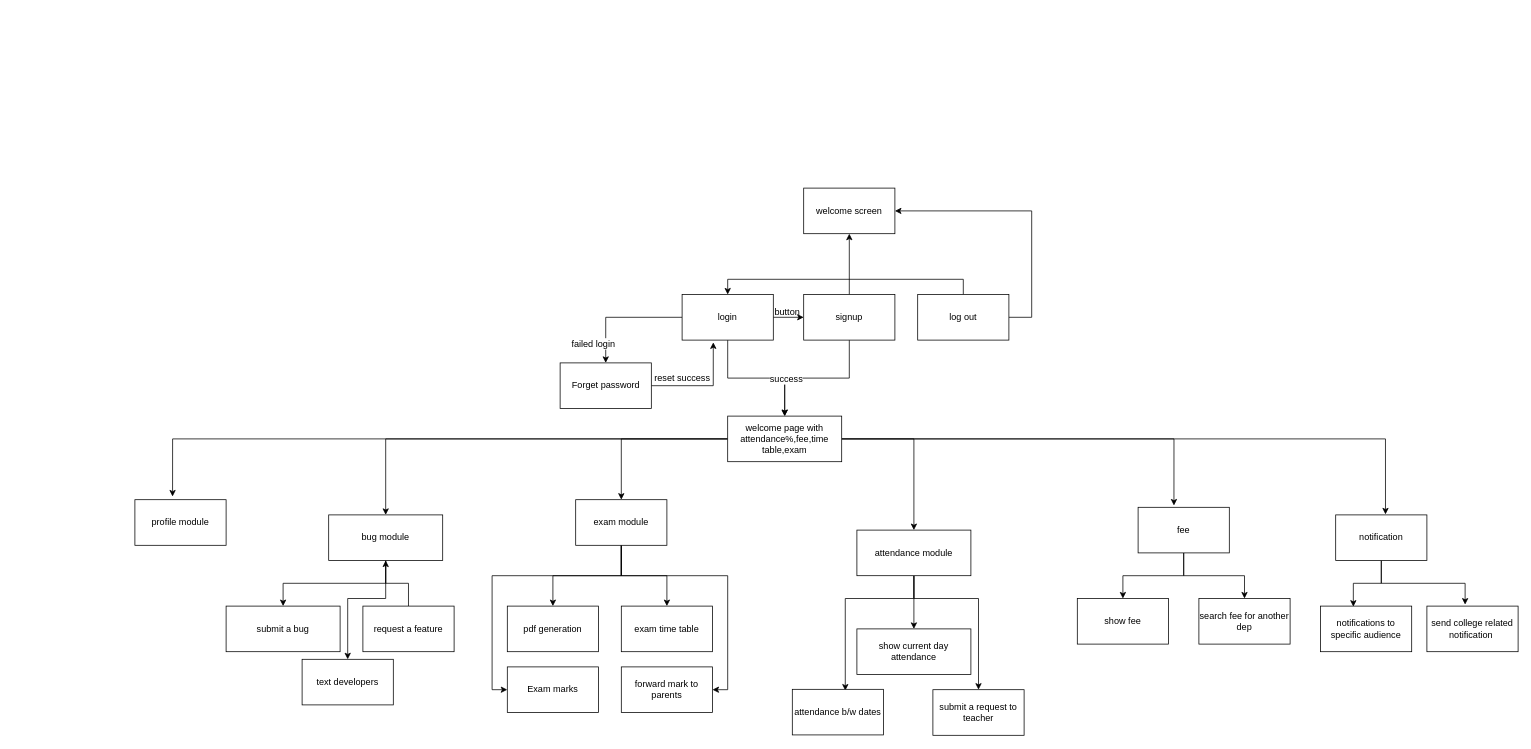
The draw.io diagram portal.drawio in venkatesh1662/student-portal-app, before the edit. Source tidied: cells renumbered, new cells numbered last; positions are measured from the earlier drawing's top-left corner, leaving out a move shared by most shapes. Both pictures are drawn from the tidied source at 76%, with x=0, y=0 at pixel (135, 188).
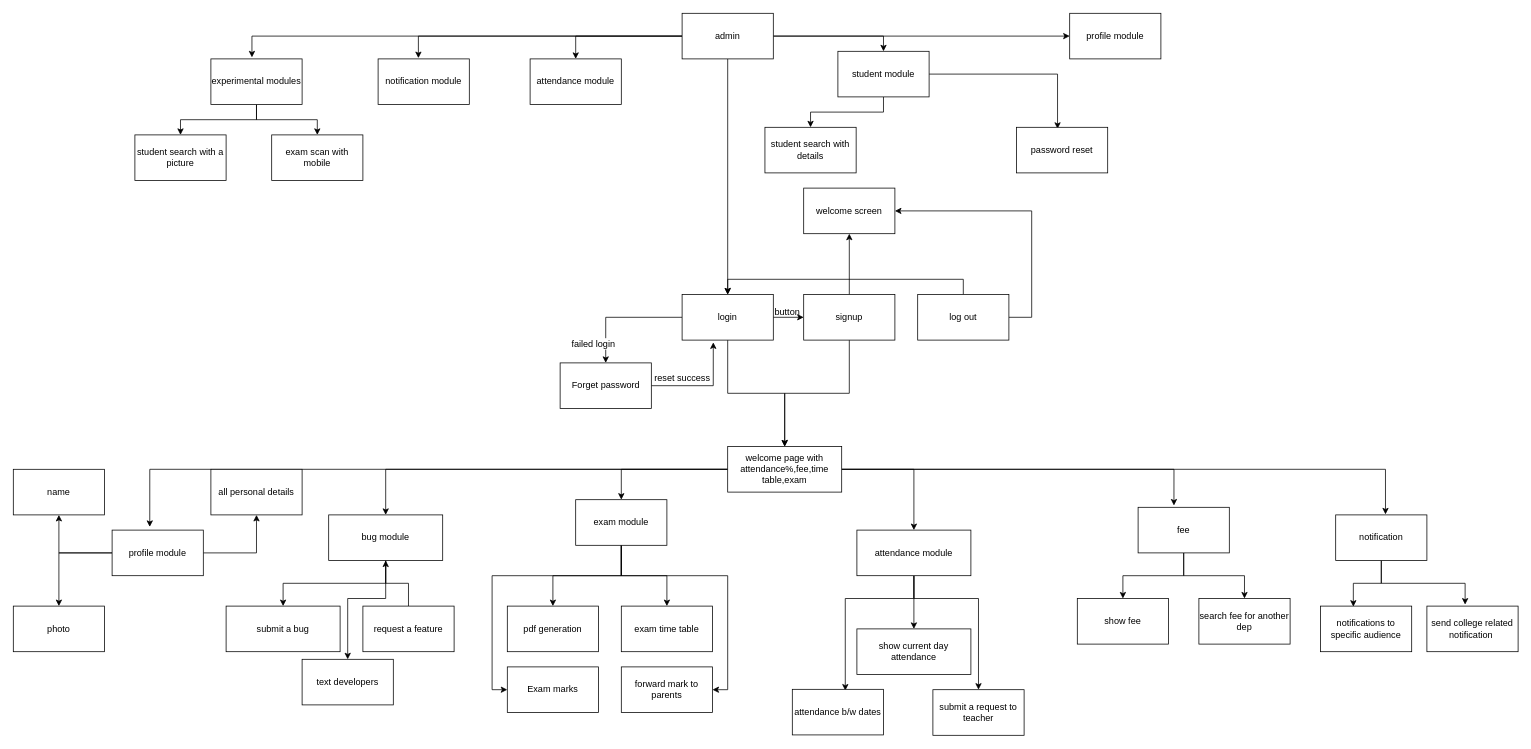
After the change.

Commit message:
Added admin module

Unchanged cells that the change refers to:
```xml
<mxCell id="6" value="login" style="rounded=0;whiteSpace=wrap;html=1;" parent="1" vertex="1">
  <mxGeometry x="720" y="140" width="120" height="60" as="geometry" />
</mxCell>
<mxCell id="10" style="edgeStyle=orthogonalEdgeStyle;rounded=0;jettySize=auto;html=1;entryX=0.5;entryY=0;entryDx=0;entryDy=0;" parent="1" edge="1" source="13" target="21">
  <mxGeometry relative="1" as="geometry" />
</mxCell>
<mxCell id="13" value="signup" style="rounded=0;whiteSpace=wrap;html=1;" parent="1" vertex="1">
  <mxGeometry x="880" y="140" width="120" height="60" as="geometry" />
</mxCell>
<mxCell id="14" value="welcome screen" style="rounded=0;whiteSpace=wrap;html=1;" parent="1" vertex="1">
  <mxGeometry x="880" width="120" height="60" as="geometry" />
</mxCell>
```

What changed in the source:
```diff
@@
-    <mxCell id="2" style="edgeStyle=orthogonalEdgeStyle;rounded=0;jettySize=auto;html=1;entryX=0.5;entryY=0;entryDx=0;entryDy=0;" parent="1" edge="1" source="6" target="21">
-      <mxGeometry relative="1" as="geometry" />
-    </mxCell>
@@
+    <mxCell id="2" style="edgeStyle=orthogonalEdgeStyle;rounded=0;jettySize=auto;html=1;entryX=0.5;entryY=0;entryDx=0;entryDy=0;" parent="1" edge="1" source="6" target="21">
+      <mxGeometry relative="1" as="geometry" />
+    </mxCell>
@@
+    <mxCell id="12" style="edgeStyle=orthogonalEdgeStyle;rounded=0;jettySize=auto;html=1;" parent="1" edge="1" source="13" target="14">
+      <mxGeometry relative="1" as="geometry" />
+    </mxCell>
@@
-    <mxCell id="11" value="success" style="text;html=1;align=center;verticalAlign=middle;labelBackgroundColor=#ffffff;" parent="10" vertex="1">
-      <mxGeometry x="0.46" y="1" relative="1" as="geometry" />
-    </mxCell>
-    <mxCell id="12" style="edgeStyle=orthogonalEdgeStyle;rounded=0;jettySize=auto;html=1;" parent="1" edge="1" source="13" target="14">
-      <mxGeometry relative="1" as="geometry" />
-    </mxCell>
@@
     <mxCell id="21" value="&lt;div&gt;welcome page with attendance%,fee,time table,exam&lt;br&gt;&lt;/div&gt;" style="rounded=0;whiteSpace=wrap;html=1;" parent="1" vertex="1">
-      <mxGeometry x="780" y="300" width="150" height="60" as="geometry" />
+      <mxGeometry x="780" y="340" width="150" height="60" as="geometry" />
     </mxCell>
@@
+    <mxCell id="60" style="edgeStyle=orthogonalEdgeStyle;rounded=0;jettySize=auto;html=1;entryX=0.5;entryY=0;entryDx=0;entryDy=0;" parent="1" edge="1" source="59" target="65">
+      <mxGeometry relative="1" as="geometry" />
+    </mxCell>
+    <mxCell id="61" style="edgeStyle=orthogonalEdgeStyle;rounded=0;jettySize=auto;html=1;" parent="1" edge="1" source="59" target="64">
+      <mxGeometry relative="1" as="geometry" />
+    </mxCell>
+    <mxCell id="62" style="edgeStyle=orthogonalEdgeStyle;rounded=0;jettySize=auto;html=1;" parent="1" edge="1" source="59" target="63">
+      <mxGeometry relative="1" as="geometry" />
+    </mxCell>
     <mxCell id="59" value="profile module" style="rounded=0;whiteSpace=wrap;html=1;" parent="1" vertex="1">
-      <mxGeometry y="410" width="120" height="60" as="geometry" />
+      <mxGeometry x="-30" y="450" width="120" height="60" as="geometry" />
     </mxCell>
+    <mxCell id="63" value="all personal details" style="rounded=0;whiteSpace=wrap;html=1;" parent="1" vertex="1">
+      <mxGeometry x="100" y="370" width="120" height="60" as="geometry" />
+    </mxCell>
+    <mxCell id="64" value="name" style="rounded=0;whiteSpace=wrap;html=1;" parent="1" vertex="1">
+      <mxGeometry x="-160" y="370" width="120" height="60" as="geometry" />
+    </mxCell>
+    <mxCell id="65" value="photo" style="rounded=0;whiteSpace=wrap;html=1;" parent="1" vertex="1">
+      <mxGeometry x="-160" y="550" width="120" height="60" as="geometry" />
+    </mxCell>
+    <mxCell id="66" style="edgeStyle=orthogonalEdgeStyle;rounded=0;jettySize=auto;html=1;entryX=0.442;entryY=-0.017;entryDx=0;entryDy=0;entryPerimeter=0;" parent="1" edge="1" source="72" target="78">
+      <mxGeometry relative="1" as="geometry" />
+    </mxCell>
+    <mxCell id="67" style="edgeStyle=orthogonalEdgeStyle;rounded=0;jettySize=auto;html=1;" parent="1" edge="1" source="72" target="6">
+      <mxGeometry relative="1" as="geometry" />
+    </mxCell>
+    <mxCell id="68" style="edgeStyle=orthogonalEdgeStyle;rounded=0;jettySize=auto;html=1;entryX=0.5;entryY=0;entryDx=0;entryDy=0;" parent="1" edge="1" source="72" target="79">
+      <mxGeometry relative="1" as="geometry" />
+    </mxCell>
+    <mxCell id="69" style="edgeStyle=orthogonalEdgeStyle;rounded=0;jettySize=auto;html=1;entryX=0.5;entryY=0;entryDx=0;entryDy=0;" parent="1" edge="1" source="72" target="76">
+      <mxGeometry relative="1" as="geometry" />
+    </mxCell>
+    <mxCell id="70" style="edgeStyle=orthogonalEdgeStyle;rounded=0;jettySize=auto;html=1;entryX=0.45;entryY=-0.033;entryDx=0;entryDy=0;entryPerimeter=0;" parent="1" edge="1" source="72" target="83">
+      <mxGeometry relative="1" as="geometry">
+        <Array as="points">
+          <mxPoint x="154" y="-200" />
+        </Array>
+      </mxGeometry>
+    </mxCell>
+    <mxCell id="71" style="edgeStyle=orthogonalEdgeStyle;rounded=0;jettySize=auto;html=1;" parent="1" edge="1" source="72" target="73">
+      <mxGeometry relative="1" as="geometry" />
+    </mxCell>
+    <mxCell id="72" value="admin" style="rounded=0;whiteSpace=wrap;html=1;" parent="1" vertex="1">
+      <mxGeometry x="720" y="-230" width="120" height="60" as="geometry" />
+    </mxCell>
+    <mxCell id="73" value="profile module" style="rounded=0;whiteSpace=wrap;html=1;" parent="1" vertex="1">
+      <mxGeometry x="1230" y="-230" width="120" height="60" as="geometry" />
+    </mxCell>
+    <mxCell id="74" style="edgeStyle=orthogonalEdgeStyle;rounded=0;jettySize=auto;html=1;" parent="1" edge="1" source="76" target="77">
+      <mxGeometry relative="1" as="geometry" />
+    </mxCell>
+    <mxCell id="75" style="edgeStyle=orthogonalEdgeStyle;rounded=0;jettySize=auto;html=1;entryX=0.45;entryY=0.033;entryDx=0;entryDy=0;entryPerimeter=0;" parent="1" edge="1" source="76" target="80">
+      <mxGeometry relative="1" as="geometry" />
+    </mxCell>
+    <mxCell id="76" value="student module" style="rounded=0;whiteSpace=wrap;html=1;" parent="1" vertex="1">
+      <mxGeometry x="925" y="-180" width="120" height="60" as="geometry" />
+    </mxCell>
+    <mxCell id="77" value="student search with details" style="rounded=0;whiteSpace=wrap;html=1;" parent="1" vertex="1">
+      <mxGeometry x="829" y="-80" width="120" height="60" as="geometry" />
+    </mxCell>
+    <mxCell id="78" value="notification module" style="rounded=0;whiteSpace=wrap;html=1;" parent="1" vertex="1">
+      <mxGeometry x="320" y="-170" width="120" height="60" as="geometry" />
+    </mxCell>
+    <mxCell id="79" value="attendance module" style="rounded=0;whiteSpace=wrap;html=1;" parent="1" vertex="1">
+      <mxGeometry x="520" y="-170" width="120" height="60" as="geometry" />
+    </mxCell>
+    <mxCell id="80" value="password reset" style="rounded=0;whiteSpace=wrap;html=1;" parent="1" vertex="1">
+      <mxGeometry x="1160" y="-80" width="120" height="60" as="geometry" />
+    </mxCell>
+    <mxCell id="81" style="edgeStyle=orthogonalEdgeStyle;rounded=0;jettySize=auto;html=1;entryX=0.5;entryY=0;entryDx=0;entryDy=0;" parent="1" edge="1" source="83" target="85">
+      <mxGeometry relative="1" as="geometry" />
+    </mxCell>
+    <mxCell id="82" style="edgeStyle=orthogonalEdgeStyle;rounded=0;jettySize=auto;html=1;" parent="1" edge="1" source="83" target="84">
+      <mxGeometry relative="1" as="geometry" />
+    </mxCell>
+    <mxCell id="83" value="experimental modules" style="rounded=0;whiteSpace=wrap;html=1;" parent="1" vertex="1">
+      <mxGeometry x="100" y="-170" width="120" height="60" as="geometry" />
+    </mxCell>
+    <mxCell id="84" value="exam scan with mobile" style="rounded=0;whiteSpace=wrap;html=1;" parent="1" vertex="1">
+      <mxGeometry x="180" y="-70" width="120" height="60" as="geometry" />
+    </mxCell>
+    <mxCell id="85" value="student search with a picture" style="rounded=0;whiteSpace=wrap;html=1;" parent="1" vertex="1">
+      <mxGeometry y="-70" width="120" height="60" as="geometry" />
+    </mxCell>
```
